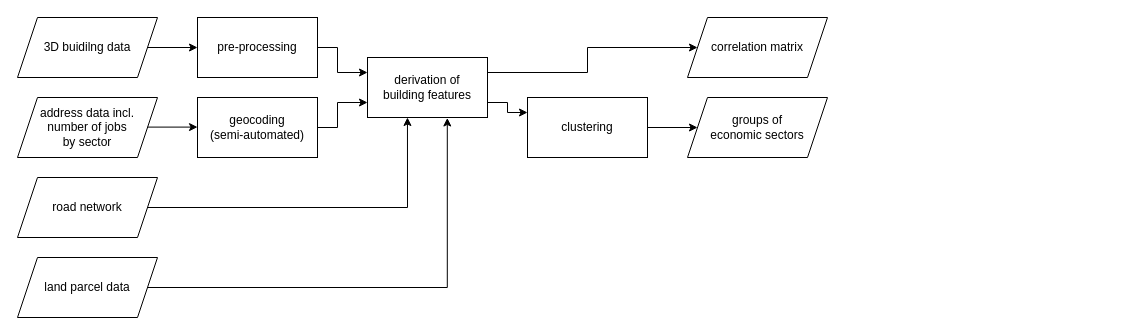
The draw.io diagram agile_001_flowchart.drawio in traveller195/draw_io, before the edit. Source tidied: cells renumbered, new cells numbered last; positions are measured from the earlier drawing's top-left corner, leaving out a move shared by most shapes. Both pictures are drawn from the tidied source at 100%, with x=0, y=0 at pixel (17, 17).
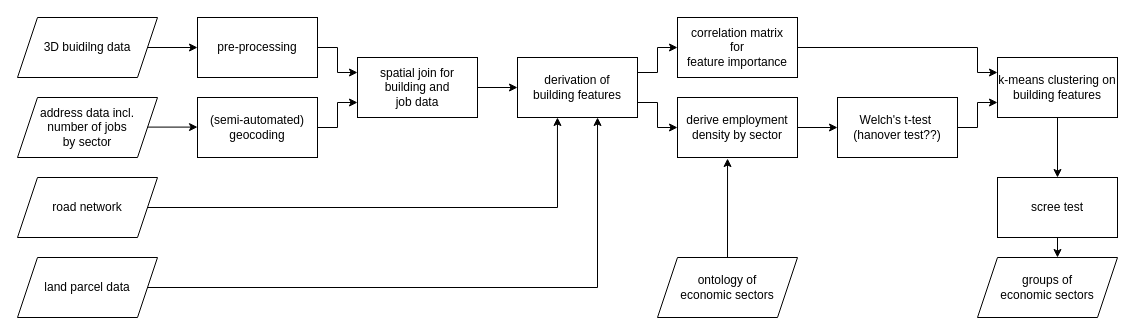
The same diagram, later.

The change refers to these unchanged cells:
```xml
<mxCell id="7" value="road network" style="shape=parallelogram;perimeter=parallelogramPerimeter;whiteSpace=wrap;html=1;fixedSize=1;" parent="1" vertex="1">
  <mxGeometry y="160" width="140" height="60" as="geometry" />
</mxCell>
<mxCell id="19" value="land parcel data" style="shape=parallelogram;perimeter=parallelogramPerimeter;whiteSpace=wrap;html=1;fixedSize=1;" parent="1" vertex="1">
  <mxGeometry y="240" width="140" height="60" as="geometry" />
</mxCell>
```

Diff of the diagram source:
```diff
@@
-    <mxCell id="6" style="edgeStyle=orthogonalEdgeStyle;rounded=0;jettySize=auto;html=1;exitX=1;exitY=0.5;exitDx=0;exitDy=0;entryX=0.333;entryY=1;entryDx=0;entryDy=0;entryPerimeter=0;" parent="1" edge="1" source="7" target="12">
-      <mxGeometry relative="1" as="geometry" />
-    </mxCell>
+    <mxCell id="21" style="edgeStyle=orthogonalEdgeStyle;rounded=0;jettySize=auto;html=1;exitX=1;exitY=0.5;exitDx=0;exitDy=0;entryX=0.333;entryY=1;entryDx=0;entryDy=0;entryPerimeter=0;" parent="1" edge="1" source="7" target="31">
+      <mxGeometry relative="1" as="geometry" />
+    </mxCell>
@@
-    <mxCell id="9" value="&lt;div&gt;geocoding&lt;/div&gt;&lt;div&gt;(semi-automated)&lt;br&gt;&lt;/div&gt;" style="rounded=0;whiteSpace=wrap;html=1;" parent="1" vertex="1">
+    <mxCell id="9" value="&lt;div&gt;(semi-automated)&lt;/div&gt;&lt;div&gt;geocoding&lt;/div&gt;" style="rounded=0;whiteSpace=wrap;html=1;" parent="1" vertex="1">
       <mxGeometry x="180" y="80" width="120" height="60" as="geometry" />
     </mxCell>
-    <mxCell id="10" style="edgeStyle=orthogonalEdgeStyle;rounded=0;jettySize=auto;html=1;exitX=1;exitY=0.75;exitDx=0;exitDy=0;entryX=0;entryY=0.25;entryDx=0;entryDy=0;" parent="1" edge="1" source="12" target="14">
-      <mxGeometry relative="1" as="geometry" />
-    </mxCell>
-    <mxCell id="11" style="edgeStyle=orthogonalEdgeStyle;rounded=0;jettySize=auto;html=1;exitX=1;exitY=0.25;exitDx=0;exitDy=0;" parent="1" edge="1" source="12" target="20">
-      <mxGeometry relative="1" as="geometry" />
-    </mxCell>
+    <mxCell id="22" style="edgeStyle=orthogonalEdgeStyle;rounded=0;jettySize=auto;html=1;exitX=1;exitY=0.5;exitDx=0;exitDy=0;entryX=0;entryY=0.5;entryDx=0;entryDy=0;" parent="1" edge="1" source="12" target="31">
+      <mxGeometry relative="1" as="geometry" />
+    </mxCell>
-    <mxCell id="12" value="&lt;div&gt;derivation of&lt;/div&gt;&lt;div&gt;building features&lt;br&gt;&lt;/div&gt;" style="rounded=0;whiteSpace=wrap;html=1;" parent="1" vertex="1">
-      <mxGeometry x="350" y="40" width="120" height="60" as="geometry" />
+    <mxCell id="12" value="&lt;div&gt;spatial join for&lt;/div&gt;&lt;div&gt;building and &lt;br&gt;&lt;/div&gt;&lt;div&gt;job data&lt;br&gt;&lt;/div&gt;" style="rounded=0;whiteSpace=wrap;html=1;" parent="1" vertex="1">
+      <mxGeometry x="340" y="40" width="120" height="60" as="geometry" />
     </mxCell>
-    <mxCell id="13" style="edgeStyle=orthogonalEdgeStyle;rounded=0;jettySize=auto;html=1;exitX=1;exitY=0.5;exitDx=0;exitDy=0;" parent="1" edge="1" source="14" target="15">
-      <mxGeometry relative="1" as="geometry" />
-    </mxCell>
+    <mxCell id="23" style="edgeStyle=orthogonalEdgeStyle;rounded=0;jettySize=auto;html=1;exitX=1;exitY=0.5;exitDx=0;exitDy=0;entryX=0;entryY=0.75;entryDx=0;entryDy=0;" parent="1" edge="1" source="14" target="37">
+      <mxGeometry relative="1" as="geometry" />
+    </mxCell>
-    <mxCell id="14" value="&lt;div&gt;clustering&lt;br&gt;&lt;/div&gt;" style="rounded=0;whiteSpace=wrap;html=1;" parent="1" vertex="1">
-      <mxGeometry x="510" y="80" width="120" height="60" as="geometry" />
+    <mxCell id="14" value="&lt;div&gt;Welch's t-test&amp;nbsp; &lt;/div&gt;(hanover test??)" style="rounded=0;whiteSpace=wrap;html=1;" parent="1" vertex="1">
+      <mxGeometry x="820" y="80" width="120" height="60" as="geometry" />
     </mxCell>
-    <mxCell id="15" value="&lt;div&gt;groups of&lt;/div&gt;&lt;div&gt;economic sectors&lt;br&gt;&lt;/div&gt;" style="shape=parallelogram;perimeter=parallelogramPerimeter;whiteSpace=wrap;html=1;fixedSize=1;" parent="1" vertex="1">
-      <mxGeometry x="670" y="80" width="140" height="60" as="geometry" />
+    <mxCell id="15" value="&lt;div&gt;groups of&lt;/div&gt;&lt;div&gt;economic sectors&lt;br&gt;&lt;/div&gt;" style="shape=parallelogram;perimeter=parallelogramPerimeter;whiteSpace=wrap;html=1;fixedSize=1;strokeWidth=1;" parent="1" vertex="1">
+      <mxGeometry x="960" y="240" width="140" height="60" as="geometry" />
     </mxCell>
@@
-    <mxCell id="18" style="edgeStyle=orthogonalEdgeStyle;rounded=0;jettySize=auto;html=1;exitX=1;exitY=0.5;exitDx=0;exitDy=0;entryX=0.665;entryY=1.008;entryDx=0;entryDy=0;entryPerimeter=0;" parent="1" edge="1" source="19" target="12">
-      <mxGeometry relative="1" as="geometry" />
-    </mxCell>
+    <mxCell id="24" style="edgeStyle=orthogonalEdgeStyle;rounded=0;jettySize=auto;html=1;exitX=1;exitY=0.5;exitDx=0;exitDy=0;entryX=0.667;entryY=1;entryDx=0;entryDy=0;entryPerimeter=0;" parent="1" edge="1" source="19" target="31">
+      <mxGeometry relative="1" as="geometry" />
+    </mxCell>
@@
-    <mxCell id="20" value="&lt;div&gt;correlation matrix&lt;br&gt;&lt;/div&gt;" style="shape=parallelogram;perimeter=parallelogramPerimeter;whiteSpace=wrap;html=1;fixedSize=1;" parent="1" vertex="1">
-      <mxGeometry x="670" width="140" height="60" as="geometry" />
-    </mxCell>
+    <mxCell id="25" style="edgeStyle=orthogonalEdgeStyle;rounded=0;jettySize=auto;html=1;exitX=1;exitY=0.5;exitDx=0;exitDy=0;entryX=0;entryY=0.25;entryDx=0;entryDy=0;" parent="1" edge="1" source="26" target="37">
+      <mxGeometry relative="1" as="geometry">
+        <Array as="points">
+          <mxPoint x="960" y="30" />
+          <mxPoint x="960" y="55" />
+        </Array>
+      </mxGeometry>
+    </mxCell>
+    <mxCell id="26" value="&lt;div&gt;correlation matrix&lt;/div&gt;&lt;div&gt;for &lt;br&gt;&lt;/div&gt;&lt;div&gt;feature importance&lt;br&gt;&lt;/div&gt;" style="rounded=0;whiteSpace=wrap;html=1;" parent="1" vertex="1">
+      <mxGeometry x="660" width="120" height="60" as="geometry" />
+    </mxCell>
+    <mxCell id="27" style="edgeStyle=orthogonalEdgeStyle;rounded=0;jettySize=auto;html=1;exitX=0.5;exitY=0;exitDx=0;exitDy=0;entryX=0.417;entryY=1.017;entryDx=0;entryDy=0;entryPerimeter=0;" parent="1" edge="1" source="28" target="33">
+      <mxGeometry relative="1" as="geometry" />
+    </mxCell>
+    <mxCell id="28" value="&lt;div&gt;ontology of &lt;br&gt;&lt;/div&gt;&lt;div&gt;economic sectors&lt;br&gt;&lt;/div&gt;" style="shape=parallelogram;perimeter=parallelogramPerimeter;whiteSpace=wrap;html=1;fixedSize=1;" parent="1" vertex="1">
+      <mxGeometry x="640" y="240" width="140" height="60" as="geometry" />
+    </mxCell>
+    <mxCell id="29" style="edgeStyle=orthogonalEdgeStyle;rounded=0;jettySize=auto;html=1;exitX=1;exitY=0.25;exitDx=0;exitDy=0;entryX=0;entryY=0.5;entryDx=0;entryDy=0;" parent="1" edge="1" source="31" target="26">
+      <mxGeometry relative="1" as="geometry" />
+    </mxCell>
+    <mxCell id="30" style="edgeStyle=orthogonalEdgeStyle;rounded=0;jettySize=auto;html=1;exitX=1;exitY=0.75;exitDx=0;exitDy=0;entryX=0;entryY=0.5;entryDx=0;entryDy=0;" parent="1" edge="1" source="31" target="33">
+      <mxGeometry relative="1" as="geometry" />
+    </mxCell>
+    <mxCell id="31" value="derivation of&lt;div&gt;building features&lt;br&gt;&lt;/div&gt;" style="rounded=0;whiteSpace=wrap;html=1;" parent="1" vertex="1">
+      <mxGeometry x="500" y="40" width="120" height="60" as="geometry" />
+    </mxCell>
+    <mxCell id="32" style="edgeStyle=orthogonalEdgeStyle;rounded=0;jettySize=auto;html=1;exitX=1;exitY=0.5;exitDx=0;exitDy=0;entryX=0;entryY=0.5;entryDx=0;entryDy=0;" parent="1" edge="1" source="33" target="14">
+      <mxGeometry relative="1" as="geometry" />
+    </mxCell>
+    <mxCell id="33" value="&lt;div&gt;derive employment&lt;/div&gt;&lt;div&gt;density by sector&lt;br&gt;&lt;/div&gt;" style="rounded=0;whiteSpace=wrap;html=1;" parent="1" vertex="1">
+      <mxGeometry x="660" y="80" width="120" height="60" as="geometry" />
+    </mxCell>
+    <mxCell id="34" style="edgeStyle=orthogonalEdgeStyle;rounded=0;jettySize=auto;html=1;" parent="1" edge="1" source="35">
+      <mxGeometry relative="1" as="geometry">
+        <mxPoint x="1040" y="240" as="targetPoint" />
+      </mxGeometry>
+    </mxCell>
+    <mxCell id="35" value="scree test" style="rounded=0;whiteSpace=wrap;html=1;" parent="1" vertex="1">
+      <mxGeometry x="980" y="160" width="120" height="60" as="geometry" />
+    </mxCell>
+    <mxCell id="36" style="edgeStyle=orthogonalEdgeStyle;rounded=0;jettySize=auto;html=1;exitX=0.5;exitY=1;exitDx=0;exitDy=0;entryX=0.5;entryY=0;entryDx=0;entryDy=0;" parent="1" edge="1" source="37" target="35">
+      <mxGeometry relative="1" as="geometry" />
+    </mxCell>
+    <mxCell id="37" value="k-means clustering on building features" style="rounded=0;whiteSpace=wrap;html=1;" parent="1" vertex="1">
+      <mxGeometry x="980" y="40" width="120" height="60" as="geometry" />
+    </mxCell>
```
